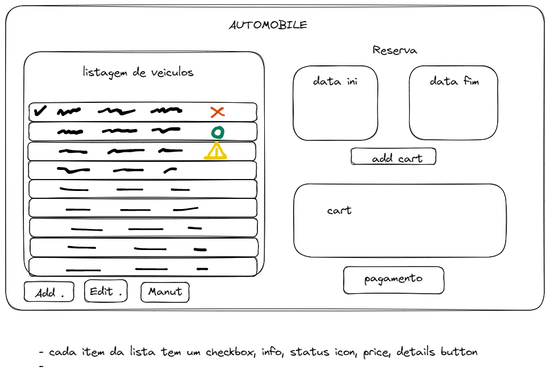
Earlier version of the Excalidraw export _plan/mainmenu.excalidraw.png (henrique11varela/5412-Rent-a-Car). Source tidied: one line per element, renumbered; positions are measured from the earlier drawing's top-left corner, leaving out a move shared by most shapes. Source of this version:
```json
{"id": 0, "type": "rectangle", "strokeColor": "#000000", "strokeWidth": 1, "roughness": 1, "round": true, "x": 0, "y": 0, "width": 948, "height": 536}
{"id": 1, "type": "text", "text": "AUTOMOBILE", "strokeColor": "#000000", "strokeWidth": 1, "roughness": 1, "fontSize": 20, "fontFamily": 1, "x": 392, "y": 22, "width": 139, "height": 25}
{"id": 2, "type": "rectangle", "strokeColor": "#000000", "strokeWidth": 1, "roughness": 1, "round": true, "x": 32, "y": 81, "width": 423, "height": 396}
{"id": 3, "type": "text", "text": "listagem de veiculos", "strokeColor": "#000000", "strokeWidth": 1, "roughness": 1, "fontSize": 20, "fontFamily": 1, "x": 135, "y": 105, "width": 195, "height": 25}
{"id": 4, "type": "rectangle", "strokeColor": "#000000", "strokeWidth": 1, "roughness": 1, "round": true, "x": 41, "y": 171, "width": 401, "height": 33}
{"id": 5, "type": "rectangle", "strokeColor": "#000000", "strokeWidth": 1, "roughness": 1, "round": true, "x": 41, "y": 205, "width": 401, "height": 33}
{"id": 6, "type": "rectangle", "strokeColor": "#000000", "strokeWidth": 1, "roughness": 1, "round": true, "x": 39, "y": 240, "width": 401, "height": 33}
{"id": 7, "type": "rectangle", "strokeColor": "#000000", "strokeWidth": 1, "roughness": 1, "round": true, "x": 40, "y": 273, "width": 401, "height": 33}
{"id": 8, "type": "rectangle", "strokeColor": "#000000", "strokeWidth": 1, "roughness": 1, "round": true, "x": 41, "y": 306, "width": 401, "height": 33}
{"id": 9, "type": "rectangle", "strokeColor": "#000000", "strokeWidth": 1, "roughness": 1, "round": true, "x": 41, "y": 339, "width": 401, "height": 33}
{"id": 10, "type": "rectangle", "strokeColor": "#000000", "strokeWidth": 1, "roughness": 1, "round": true, "x": 42, "y": 374, "width": 401, "height": 33}
{"id": 11, "type": "rectangle", "strokeColor": "#000000", "strokeWidth": 1, "roughness": 1, "round": true, "x": 43, "y": 409, "width": 401, "height": 33}
{"id": 12, "type": "rectangle", "strokeColor": "#000000", "strokeWidth": 1, "roughness": 1, "round": true, "x": 41, "y": 443, "width": 401, "height": 33}
{"id": 13, "type": "freedraw", "strokeColor": "#000000", "strokeWidth": 1, "roughness": 1, "x": 52, "y": 185, "width": 17, "height": 15, "points": [[0, 0], [0, 0], [1, 2], [1, 5], [1, 6], [2, 7], [2, 8], [2, 8], [2, 8], [5, 5], [8, 3], [10, 1], [13, -3], [15, -5], [15, -6], [16, -6], [17, -7], [17, -7], [17, -7], [17, -7]]}
{"id": 14, "type": "freedraw", "strokeColor": "#000000", "strokeWidth": 1, "roughness": 1, "x": 93, "y": 190, "width": 37, "height": 10, "points": [[0, 0], [0, -1], [1, -4], [3, -5], [4, -6], [4, -6], [4, -6], [5, -6], [6, -5], [8, -1], [8, 0], [8, 2], [9, 2], [11, 0], [13, -2], [16, -3], [18, -5], [19, -5], [19, -4], [20, -3], [20, -1], [20, -1], [23, -2], [23, -4], [25, -6], [27, -6], [27, -6], [28, -6], [28, -6], [29, -5], [29, -5], [29, -5], [30, -5], [33, -5], [34, -6], [36, -7], [37, -8], [37, -8]]}
{"id": 15, "type": "freedraw", "strokeColor": "#000000", "strokeWidth": 1, "roughness": 1, "x": 164, "y": 187, "width": 63, "height": 10, "points": [[0, 0], [0, 0], [2, 0], [4, 0], [8, -1], [11, -3], [14, -5], [16, -6], [17, -6], [17, -6], [18, -5], [18, -3], [19, -1], [19, 0], [19, 0], [20, 0], [22, -1], [26, -3], [30, -3], [33, -4], [34, -4], [34, -4], [34, -4], [34, -1], [34, 0], [34, -1], [36, -2], [37, -3], [38, -3], [38, -3], [38, 0], [38, 1], [38, 3], [38, 4], [39, 4], [41, 3], [46, 2], [53, 0], [59, -1], [63, -3], [63, -3], [63, -3]]}
{"id": 16, "type": "freedraw", "strokeColor": "#000000", "strokeWidth": 1, "roughness": 1, "x": 257, "y": 187, "width": 51, "height": 6, "points": [[0, 0], [0, 0], [1, 0], [9, -4], [11, -5], [11, -4], [11, -1], [12, 0], [15, -2], [20, -6], [21, -6], [21, -3], [21, 0], [23, 0], [30, -4], [35, -6], [35, -5], [36, -4], [40, -5], [45, -5], [47, -5], [47, -1], [48, 0], [49, -1], [51, -2]]}
{"id": 17, "type": "freedraw", "strokeColor": "#d9480f", "strokeWidth": 1, "roughness": 1, "x": 362, "y": 180, "width": 22, "height": 15, "points": [[0, 0], [3, 1], [6, 4], [10, 7], [14, 10], [18, 12], [21, 14], [22, 15], [22, 15], [22, 14], [22, 13], [22, 13]]}
{"id": 18, "type": "freedraw", "strokeColor": "#d9480f", "strokeWidth": 1, "roughness": 1, "x": 382, "y": 181, "width": 19, "height": 16, "points": [[0, 0], [-1, 0], [-3, 0], [-5, 2], [-8, 5], [-11, 9], [-14, 12], [-16, 14], [-18, 15], [-19, 16], [-19, 16]]}
{"id": 19, "type": "freedraw", "strokeColor": "#087f5b", "strokeWidth": 1, "roughness": 1, "x": 377, "y": 215, "width": 18, "height": 18, "points": [[0, 0], [0, 0], [-1, 0], [-3, 0], [-5, 0], [-7, 0], [-9, 1], [-10, 3], [-11, 5], [-13, 7], [-13, 9], [-13, 10], [-13, 13], [-10, 14], [-9, 15], [-5, 16], [-3, 16], [-1, 16], [0, 16], [1, 16], [2, 16], [3, 15], [4, 14], [4, 12], [5, 10], [5, 8], [5, 6], [5, 5], [5, 4], [4, 3], [3, 1], [2, 0], [1, 0], [0, -1], [-1, -1], [-2, -1], [-3, -1], [0, 0]]}
{"id": 20, "type": "freedraw", "strokeColor": "#eecc00", "strokeWidth": 1, "roughness": 1, "x": 357, "y": 263, "width": 36, "height": 27, "points": [[0, 0], [0, -1], [2, -4], [6, -10], [10, -15], [11, -17], [11, -19], [12, -20], [13, -20], [13, -21], [14, -22], [14, -22], [18, -16], [23, -6], [25, -3], [26, -1], [27, -1], [28, 0], [28, 1], [29, 3], [30, 4], [29, 4], [25, 4], [20, 5], [16, 5], [11, 5], [7, 5], [5, 5], [4, 5], [2, 5], [-2, 5], [-5, 5], [-5, 5], [-6, 5]]}
{"id": 21, "type": "freedraw", "strokeColor": "#eecc00", "strokeWidth": 1, "roughness": 1, "x": 371, "y": 252, "width": 0, "height": 11, "points": [[0, 0], [0, 1], [0, 2], [0, 4], [0, 6], [0, 9], [0, 10], [0, 11], [0, 11]]}
{"id": 22, "type": "freedraw", "strokeColor": "#000000", "strokeWidth": 1, "roughness": 1, "x": 93, "y": 224, "width": 40, "height": 4, "points": [[0, 0], [0, 0], [1, 0], [3, -1], [5, -3], [6, -3], [8, -4], [8, -4], [9, -4], [10, -3], [10, -2], [11, -1], [11, 0], [12, 0], [12, 0], [13, 0], [14, -1], [16, -2], [17, -3], [18, -3], [18, -3], [19, -2], [19, -1], [20, -1], [20, -1], [21, -1], [24, -1], [27, -1], [29, -1], [30, -1], [30, 0], [31, 0], [31, 0], [32, 0], [34, -1], [35, -2], [36, -2], [36, -2], [36, -2], [37, -2], [38, -2], [40, -2], [40, -2]]}
{"id": 23, "type": "freedraw", "strokeColor": "#000000", "strokeWidth": 1, "roughness": 1, "x": 172, "y": 222, "width": 58, "height": 4, "points": [[0, 0], [0, 0], [1, 0], [5, -1], [8, -2], [12, -3], [13, -3], [13, -3], [13, -2], [14, -1], [14, 0], [15, 0], [16, 0], [17, -1], [21, -2], [23, -3], [26, -3], [28, -3], [29, -3], [30, -2], [31, -1], [31, -1], [32, -1], [33, -1], [38, -1], [41, -1], [43, -2], [44, -2], [45, -2], [45, -2], [45, -1], [45, -1], [45, -1], [46, -1], [46, -1], [49, -1], [53, -1], [56, -2], [57, -2], [58, -2], [58, -2]]}
{"id": 24, "type": "freedraw", "strokeColor": "#000000", "strokeWidth": 1, "roughness": 1, "x": 259, "y": 219, "width": 47, "height": 6, "points": [[0, 0], [0, 0], [3, 0], [7, -1], [10, -2], [13, -2], [13, -2], [14, -1], [15, 0], [15, 2], [16, 3], [16, 3], [17, 4], [18, 4], [20, 3], [24, 1], [28, -1], [30, -2], [30, -2], [31, -2], [32, -2], [33, -2], [34, -2], [37, -2], [39, -2], [41, -2], [44, -2], [47, -2], [47, -2]]}
{"id": 25, "type": "freedraw", "strokeColor": "#000000", "strokeWidth": 1, "roughness": 1, "x": 96, "y": 257, "width": 46, "height": 4, "points": [[0, 0], [0, 0], [1, 0], [4, 0], [9, -1], [11, -2], [12, -3], [13, -3], [13, -2], [14, -1], [14, 0], [15, 0], [15, 0], [15, 0], [18, 0], [25, 0], [31, 0], [35, 0], [37, 0], [38, 0], [38, 1], [39, 1], [40, 1], [40, 1], [41, 1], [43, 1], [46, 1], [46, 1]]}
{"id": 26, "type": "freedraw", "strokeColor": "#000000", "strokeWidth": 1, "roughness": 1, "x": 181, "y": 259, "width": 62, "height": 5, "points": [[0, 0], [0, 0], [1, 0], [1, -1], [4, -3], [7, -4], [9, -5], [10, -5], [10, -5], [11, -5], [11, -5], [12, -4], [13, -3], [13, -3], [14, -3], [16, -3], [20, -3], [25, -4], [29, -4], [32, -4], [34, -4], [34, -4], [35, -4], [35, -4], [36, -4], [40, -4], [45, -5], [51, -5], [55, -5], [58, -5], [62, -5], [62, -5], [62, -5]]}
{"id": 27, "type": "freedraw", "strokeColor": "#000000", "strokeWidth": 1, "roughness": 1, "x": 271, "y": 257, "width": 39, "height": 4, "points": [[0, 0], [0, 0], [0, -1], [2, -1], [5, -3], [7, -4], [7, -4], [8, -4], [8, -4], [9, -3], [9, -2], [10, -1], [11, -1], [13, -1], [16, -1], [22, -1], [29, -2], [34, -2], [38, -2], [39, -2], [39, -2], [39, -2]]}
{"id": 28, "type": "freedraw", "strokeColor": "#000000", "strokeWidth": 1, "roughness": 1, "x": 93, "y": 286, "width": 54, "height": 7, "points": [[0, 0], [0, 0], [0, 0], [3, 0], [5, 0], [10, 0], [12, 0], [13, 1], [13, 1], [14, 2], [15, 3], [16, 5], [17, 6], [18, 7], [19, 7], [19, 7], [23, 7], [30, 5], [36, 3], [41, 2], [44, 2], [45, 2], [45, 3], [46, 3], [46, 3], [47, 3], [48, 3], [50, 3], [53, 3], [54, 3], [54, 3]]}
{"id": 29, "type": "freedraw", "strokeColor": "#000000", "strokeWidth": 1, "roughness": 1, "x": 191, "y": 291, "width": 50, "height": 3, "points": [[0, 0], [1, 0], [4, 0], [8, -1], [12, -2], [15, -3], [18, -3], [19, -3], [20, -3], [20, -3], [20, -2], [21, -2], [21, -2], [22, -2], [23, -2], [26, -2], [31, -2], [36, -2], [39, -2], [43, -2], [45, -2], [47, -2], [49, -2], [49, -2], [50, -2], [50, -2]]}
{"id": 30, "type": "freedraw", "strokeColor": "#000000", "strokeWidth": 1, "roughness": 1, "x": 280, "y": 293, "width": 19, "height": 6, "points": [[0, 0], [0, 0], [3, -1], [6, -4], [9, -6], [11, -6], [13, -6], [15, -6], [16, -6], [17, -6], [18, -6], [18, -6], [19, -6], [19, -6], [19, -6]]}
{"id": 31, "type": "freedraw", "strokeColor": "#000000", "strokeWidth": 1, "roughness": 1, "x": 97, "y": 321, "width": 48, "height": 3, "points": [[0, 0], [0, 0], [1, 0], [5, 1], [11, 3], [20, 3], [28, 3], [34, 3], [42, 3], [45, 3], [47, 3], [48, 3], [48, 3]]}
{"id": 32, "type": "freedraw", "strokeColor": "#000000", "strokeWidth": 1, "roughness": 1, "x": 197, "y": 324, "width": 46, "height": 0, "points": [[0, 0], [1, 0], [2, 0], [5, 0], [9, 0], [15, 0], [20, 0], [28, 0], [30, 0], [37, 0], [46, 0], [46, 0]]}
{"id": 33, "type": "freedraw", "strokeColor": "#000000", "strokeWidth": 1, "roughness": 1, "x": 293, "y": 324, "width": 30, "height": 1, "points": [[0, 0], [1, 0], [3, 0], [10, 1], [17, 1], [22, 1], [27, 1], [30, 1], [30, 1], [30, 1]]}
{"id": 34, "type": "freedraw", "strokeColor": "#000000", "strokeWidth": 1, "roughness": 1, "x": 107, "y": 359, "width": 41, "height": 0, "points": [[0, 0], [2, 0], [4, 0], [10, 0], [18, 0], [25, 0], [31, 0], [36, 0], [40, 0], [41, 0], [41, 0]]}
{"id": 35, "type": "freedraw", "strokeColor": "#000000", "strokeWidth": 1, "roughness": 1, "x": 203, "y": 360, "width": 51, "height": 0, "points": [[0, 0], [4, 0], [7, 0], [17, 0], [23, 0], [29, 0], [35, 0], [40, 0], [45, 0], [49, 0], [51, 0], [51, 0]]}
{"id": 36, "type": "freedraw", "strokeColor": "#000000", "strokeWidth": 1, "roughness": 1, "x": 296, "y": 360, "width": 42, "height": 4, "points": [[0, 0], [2, 0], [5, 0], [11, 0], [17, 0], [23, -1], [30, -2], [36, -3], [41, -4], [42, -4], [42, -4]]}
{"id": 37, "type": "freedraw", "strokeColor": "#000000", "strokeWidth": 1, "roughness": 1, "x": 117, "y": 393, "width": 54, "height": 2, "points": [[0, 0], [3, 1], [11, 1], [18, 1], [25, 1], [33, 1], [39, 2], [45, 2], [50, 2], [54, 2], [54, 2]]}
{"id": 38, "type": "freedraw", "strokeColor": "#000000", "strokeWidth": 1, "roughness": 1, "x": 218, "y": 393, "width": 60, "height": 0, "points": [[0, 0], [1, 0], [4, 0], [8, 0], [13, 0], [21, 0], [29, 0], [38, 0], [48, 0], [55, 0], [60, 0], [60, 0]]}
{"id": 39, "type": "freedraw", "strokeColor": "#000000", "strokeWidth": 1, "roughness": 1, "x": 322, "y": 391, "width": 23, "height": 1, "points": [[0, 0], [1, 0], [1, 0], [3, 0], [6, 0], [13, 1], [20, 1], [23, 1], [23, 1]]}
{"id": 40, "type": "freedraw", "strokeColor": "#000000", "strokeWidth": 1, "roughness": 1, "x": 111, "y": 424, "width": 48, "height": 2, "points": [[0, 0], [2, 0], [6, 0], [11, 1], [18, 1], [24, 1], [31, 1], [35, 1], [38, 1], [41, 2], [45, 2], [48, 2], [48, 2]]}
{"id": 41, "type": "freedraw", "strokeColor": "#000000", "strokeWidth": 1, "roughness": 1, "x": 228, "y": 427, "width": 55, "height": 2, "points": [[0, 0], [0, 0], [1, 0], [2, 0], [3, 0], [7, 1], [14, 2], [23, 2], [32, 2], [40, 2], [47, 2], [52, 2], [53, 2], [55, 2], [55, 2]]}
{"id": 42, "type": "freedraw", "strokeColor": "#000000", "strokeWidth": 1, "roughness": 1, "x": 333, "y": 429, "width": 19, "height": 1, "points": [[0, 0], [1, 0], [2, 0], [3, 0], [5, 1], [8, 1], [11, 1], [14, 1], [16, 1], [18, 1], [19, 1], [19, 1]]}
{"id": 43, "type": "freedraw", "strokeColor": "#000000", "strokeWidth": 1, "roughness": 1, "x": 108, "y": 466, "width": 59, "height": 0, "points": [[0, 0], [2, 0], [7, 0], [14, 0], [23, 0], [33, 0], [41, 0], [51, 0], [55, 0], [57, 0], [58, 0], [59, 0], [59, 0]]}
{"id": 44, "type": "freedraw", "strokeColor": "#000000", "strokeWidth": 1, "roughness": 1, "x": 230, "y": 463, "width": 55, "height": 0, "points": [[0, 0], [1, 0], [1, 0], [4, 0], [9, 0], [17, 0], [28, 0], [35, 0], [41, 0], [46, 0], [50, 0], [53, 0], [55, 0], [55, 0]]}
{"id": 45, "type": "freedraw", "strokeColor": "#000000", "strokeWidth": 1, "roughness": 1, "x": 338, "y": 463, "width": 17, "height": 0, "points": [[0, 0], [1, 0], [1, 0], [4, 0], [7, 0], [11, 0], [14, 0], [17, 0], [17, 0]]}
{"id": 46, "type": "rectangle", "strokeColor": "#000000", "strokeWidth": 1, "roughness": 1, "round": true, "x": 33, "y": 486, "width": 87, "height": 35}
{"id": 47, "type": "rectangle", "strokeColor": "#000000", "strokeWidth": 1, "roughness": 1, "round": true, "x": 139, "y": 482, "width": 75, "height": 39}
{"id": 48, "type": "text", "text": "Add .", "strokeColor": "#000000", "strokeWidth": 1, "roughness": 1, "fontSize": 20, "fontFamily": 1, "x": 51, "y": 494, "width": 51, "height": 25}
{"id": 49, "type": "text", "text": "Edit .", "strokeColor": "#000000", "strokeWidth": 1, "roughness": 1, "fontSize": 20, "fontFamily": 1, "x": 149, "y": 491, "width": 56, "height": 25}
{"id": 50, "type": "rectangle", "strokeColor": "#000000", "strokeWidth": 1, "roughness": 1, "round": true, "x": 506, "y": 106, "width": 149, "height": 131}
{"id": 51, "type": "rectangle", "strokeColor": "#000000", "strokeWidth": 1, "roughness": 1, "round": true, "x": 710, "y": 106, "width": 156, "height": 130}
{"id": 52, "type": "text", "text": "Reserva", "strokeColor": "#000000", "strokeWidth": 1, "roughness": 1, "fontSize": 20, "fontFamily": 1, "x": 646, "y": 66, "width": 79, "height": 25}
{"id": 53, "type": "text", "text": "data ini", "strokeColor": "#000000", "strokeWidth": 1, "roughness": 1, "fontSize": 20, "fontFamily": 1, "x": 542, "y": 121, "width": 77, "height": 25}
{"id": 54, "type": "text", "text": "data fim", "strokeColor": "#000000", "strokeWidth": 1, "roughness": 1, "fontSize": 20, "fontFamily": 1, "x": 747, "y": 121, "width": 86, "height": 25}
{"id": 55, "type": "rectangle", "strokeColor": "#000000", "strokeWidth": 1, "roughness": 1, "round": true, "x": 238, "y": 487, "width": 84, "height": 35}
{"id": 56, "type": "text", "text": "Manut", "strokeColor": "#000000", "strokeWidth": 1, "roughness": 1, "fontSize": 20, "fontFamily": 1, "x": 250, "y": 491, "width": 61, "height": 25}
{"id": 57, "type": "rectangle", "strokeColor": "#000000", "strokeWidth": 1, "roughness": 1, "round": true, "x": 608, "y": 250, "width": 149, "height": 29}
{"id": 58, "type": "text", "text": "add cart", "strokeColor": "#000000", "strokeWidth": 1, "roughness": 1, "fontSize": 20, "fontFamily": 1, "x": 645, "y": 257, "width": 89, "height": 25}
{"id": 59, "type": "rectangle", "strokeColor": "#000000", "strokeWidth": 1, "roughness": 1, "round": true, "x": 507, "y": 314, "width": 373, "height": 129}
{"id": 60, "type": "text", "text": "cart", "strokeColor": "#000000", "strokeWidth": 1, "roughness": 1, "fontSize": 20, "fontFamily": 1, "x": 566, "y": 348, "width": 43, "height": 25}
{"id": 61, "type": "rectangle", "strokeColor": "#000000", "strokeWidth": 1, "roughness": 1, "round": true, "x": 595, "y": 459, "width": 177, "height": 48}
{"id": 62, "type": "text", "text": "pagamento", "strokeColor": "#000000", "strokeWidth": 1, "roughness": 1, "fontSize": 20, "fontFamily": 1, "x": 632, "y": 467, "width": 102, "height": 25}
{"id": 63, "type": "text", "text": "- cada item da lista tem um checkbox, info, status icon, price, details button\n- ", "strokeColor": "#000000", "strokeWidth": 1, "roughness": 1, "fontSize": 20, "fontFamily": 1, "x": 58, "y": 597, "width": 772, "height": 50}
```
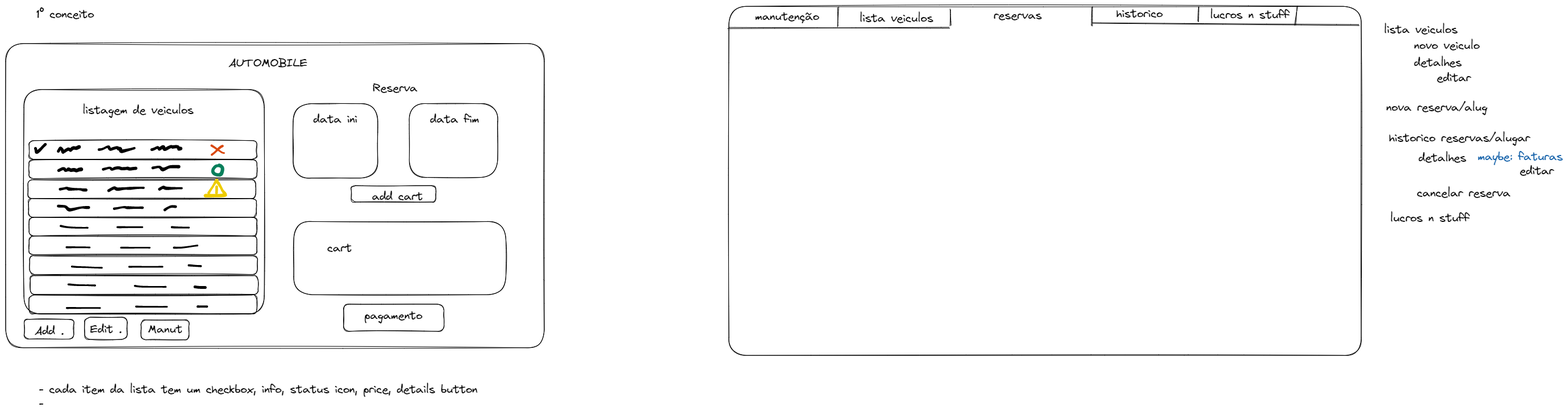
The same diagram one commit later.

Diff of the diagram source:
```diff
@@ -62,3 +62,28 @@
 {"id": 61, "type": "rectangle", "strokeColor": "#000000", "strokeWidth": 1, "roughness": 1, "round": true, "x": 595, "y": 459, "width": 177, "height": 48}
 {"id": 62, "type": "text", "text": "pagamento", "strokeColor": "#000000", "strokeWidth": 1, "roughness": 1, "fontSize": 20, "fontFamily": 1, "x": 632, "y": 467, "width": 102, "height": 25}
 {"id": 63, "type": "text", "text": "- cada item da lista tem um checkbox, info, status icon, price, details button\n- ", "strokeColor": "#000000", "strokeWidth": 1, "roughness": 1, "fontSize": 20, "fontFamily": 1, "x": 58, "y": 597, "width": 772, "height": 50}
+{"id": 64, "type": "text", "text": "1º conceito", "strokeColor": "#000000", "strokeWidth": 1, "roughness": 1, "fontSize": 20, "fontFamily": 1, "x": 54, "y": -63, "width": 101, "height": 25}
+{"id": 65, "type": "rectangle", "strokeColor": "#000000", "strokeWidth": 1, "roughness": 1, "round": true, "x": 1273, "y": -65, "width": 1113, "height": 615}
+{"id": 66, "type": "line", "strokeColor": "#000000", "strokeWidth": 1, "roughness": 1, "round": true, "x": 1272, "y": -27, "width": 390, "height": 0, "points": [[0, 0], [390, 0]]}
+{"id": 67, "type": "line", "strokeColor": "#000000", "strokeWidth": 1, "roughness": 1, "round": true, "x": 1663, "y": -30, "width": 0, "height": 30, "points": [[0, 0], [0, -30]]}
+{"id": 68, "type": "line", "strokeColor": "#000000", "strokeWidth": 1, "roughness": 1, "round": true, "x": 1913, "y": -31, "width": 0, "height": 34, "points": [[0, 0], [0, -34]]}
+{"id": 69, "type": "line", "strokeColor": "#000000", "strokeWidth": 1, "roughness": 1, "round": true, "x": 1913, "y": -36, "width": 470, "height": 4, "points": [[0, 0], [470, 4]]}
+{"id": 70, "type": "line", "strokeColor": "#000000", "strokeWidth": 1, "roughness": 1, "round": true, "x": 1465, "y": -63, "width": 0, "height": 34, "points": [[0, 0], [0, 34]]}
+{"id": 71, "type": "line", "strokeColor": "#000000", "strokeWidth": 1, "roughness": 1, "round": true, "x": 2099, "y": -37, "width": 0, "height": 27, "points": [[0, 0], [0, -27]]}
+{"id": 72, "type": "line", "strokeColor": "#000000", "strokeWidth": 1, "roughness": 1, "round": true, "x": 2269, "y": -32, "width": 5, "height": 34, "points": [[0, 0], [5, -34]]}
+{"id": 73, "type": "text", "text": "reservas", "strokeColor": "#000000", "strokeWidth": 1, "roughness": 1, "fontSize": 20, "fontFamily": 1, "x": 1739, "y": -61, "width": 85, "height": 25}
+{"id": 74, "type": "text", "text": "manutenção", "strokeColor": "#000000", "strokeWidth": 1, "roughness": 1, "fontSize": 20, "fontFamily": 1, "x": 1319, "y": -59, "width": 113, "height": 25}
+{"id": 75, "type": "text", "text": "historico reservas/alugar", "strokeColor": "#000000", "strokeWidth": 1, "roughness": 1, "fontSize": 20, "fontFamily": 1, "x": 2435, "y": 155, "width": 248, "height": 25}
+{"id": 76, "type": "text", "text": "nova reserva/alug", "strokeColor": "#000000", "strokeWidth": 1, "roughness": 1, "fontSize": 20, "fontFamily": 1, "x": 2430, "y": 101, "width": 178, "height": 25}
+{"id": 77, "type": "text", "text": "cancelar reserva", "strokeColor": "#000000", "strokeWidth": 1, "roughness": 1, "fontSize": 20, "fontFamily": 1, "x": 2484, "y": 252, "width": 165, "height": 25}
+{"id": 78, "type": "text", "text": "lista veiculos", "strokeColor": "#000000", "strokeWidth": 1, "roughness": 1, "fontSize": 20, "fontFamily": 1, "x": 1503, "y": -56, "width": 130, "height": 25}
+{"id": 79, "type": "text", "text": "lista veiculos", "strokeColor": "#000000", "strokeWidth": 1, "roughness": 1, "fontSize": 20, "fontFamily": 1, "x": 2426, "y": -36, "width": 130, "height": 25}
+{"id": 80, "type": "text", "text": "novo veiculo", "strokeColor": "#000000", "strokeWidth": 1, "roughness": 1, "fontSize": 20, "fontFamily": 1, "x": 2479, "y": -8, "width": 115, "height": 25}
+{"id": 81, "type": "text", "text": "detalhes", "strokeColor": "#000000", "strokeWidth": 1, "roughness": 1, "fontSize": 20, "fontFamily": 1, "x": 2479, "y": 22, "width": 84, "height": 25}
+{"id": 82, "type": "text", "text": "detalhes", "strokeColor": "#000000", "strokeWidth": 1, "roughness": 1, "fontSize": 20, "fontFamily": 1, "x": 2487, "y": 190, "width": 84, "height": 25}
+{"id": 83, "type": "text", "text": "editar", "strokeColor": "#000000", "strokeWidth": 1, "roughness": 1, "fontSize": 20, "fontFamily": 1, "x": 2519, "y": 49, "width": 60, "height": 25}
+{"id": 84, "type": "text", "text": "editar", "strokeColor": "#000000", "strokeWidth": 1, "roughness": 1, "fontSize": 20, "fontFamily": 1, "x": 2665, "y": 213, "width": 60, "height": 25}
+{"id": 85, "type": "text", "text": "historico", "strokeColor": "#000000", "strokeWidth": 1, "roughness": 1, "fontSize": 20, "fontFamily": 1, "x": 1955, "y": -64, "width": 82, "height": 25}
+{"id": 86, "type": "text", "text": "lucros n stuff", "strokeColor": "#000000", "strokeWidth": 1, "roughness": 1, "fontSize": 20, "fontFamily": 1, "x": 2120, "y": -62, "width": 139, "height": 25}
+{"id": 87, "type": "text", "text": "lucros n stuff", "strokeColor": "#000000", "strokeWidth": 1, "roughness": 1, "fontSize": 20, "fontFamily": 1, "x": 2437, "y": 296, "width": 139, "height": 25}
+{"id": 88, "type": "text", "text": "maybe: faturas", "strokeColor": "#1864ab", "strokeWidth": 1, "roughness": 1, "fontSize": 20, "fontFamily": 1, "x": 2591, "y": 188, "width": 150, "height": 25}
```
